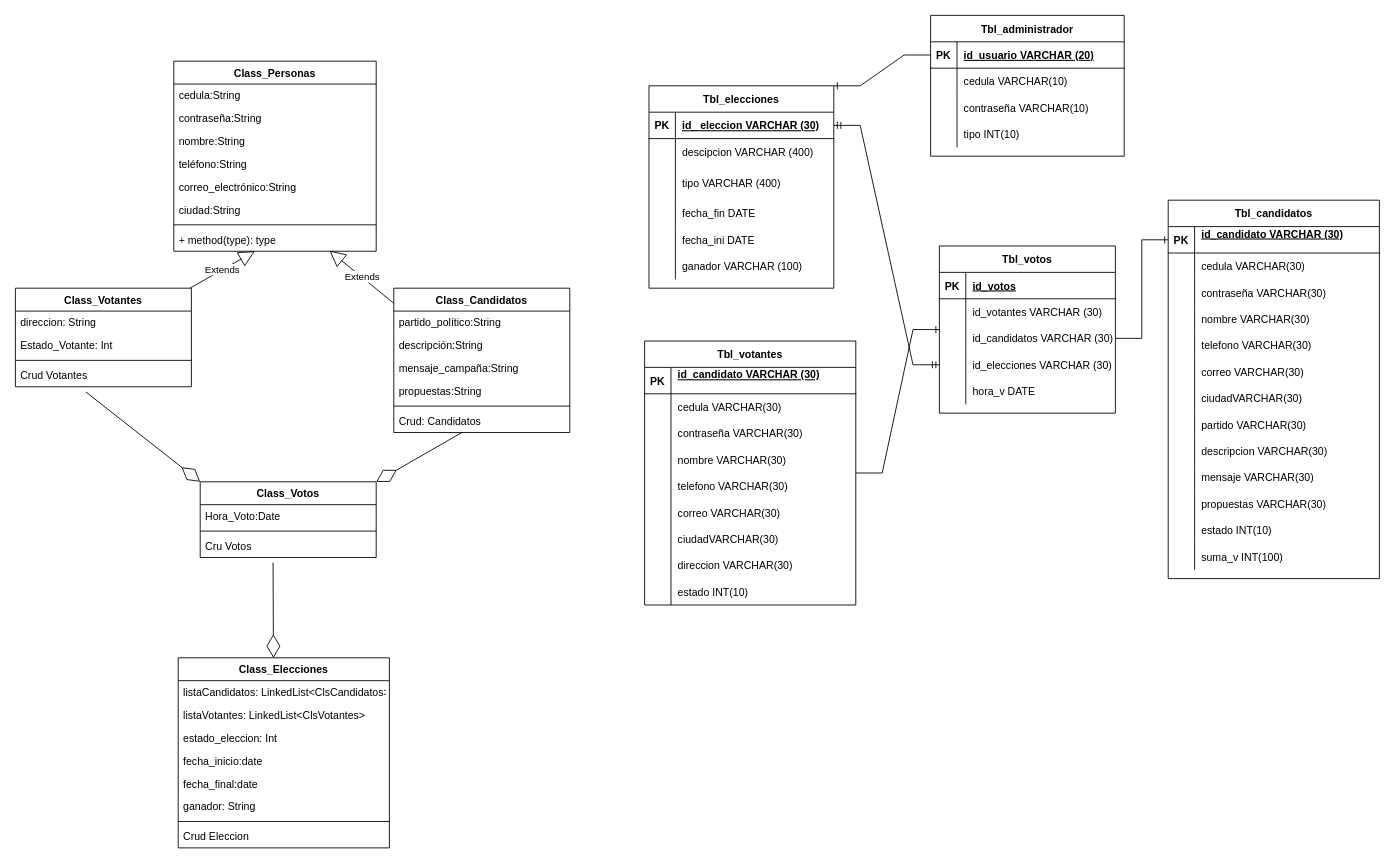
Before: elecciones.drawio in alvaroarquez/mintic, a draw.io diagram. Source tidied: cells renumbered, new cells numbered last; positions are measured from the earlier drawing's top-left corner, leaving out a move shared by most shapes. Both pictures are drawn from the tidied source at 88%, with x=0, y=0 at pixel (15, 15).
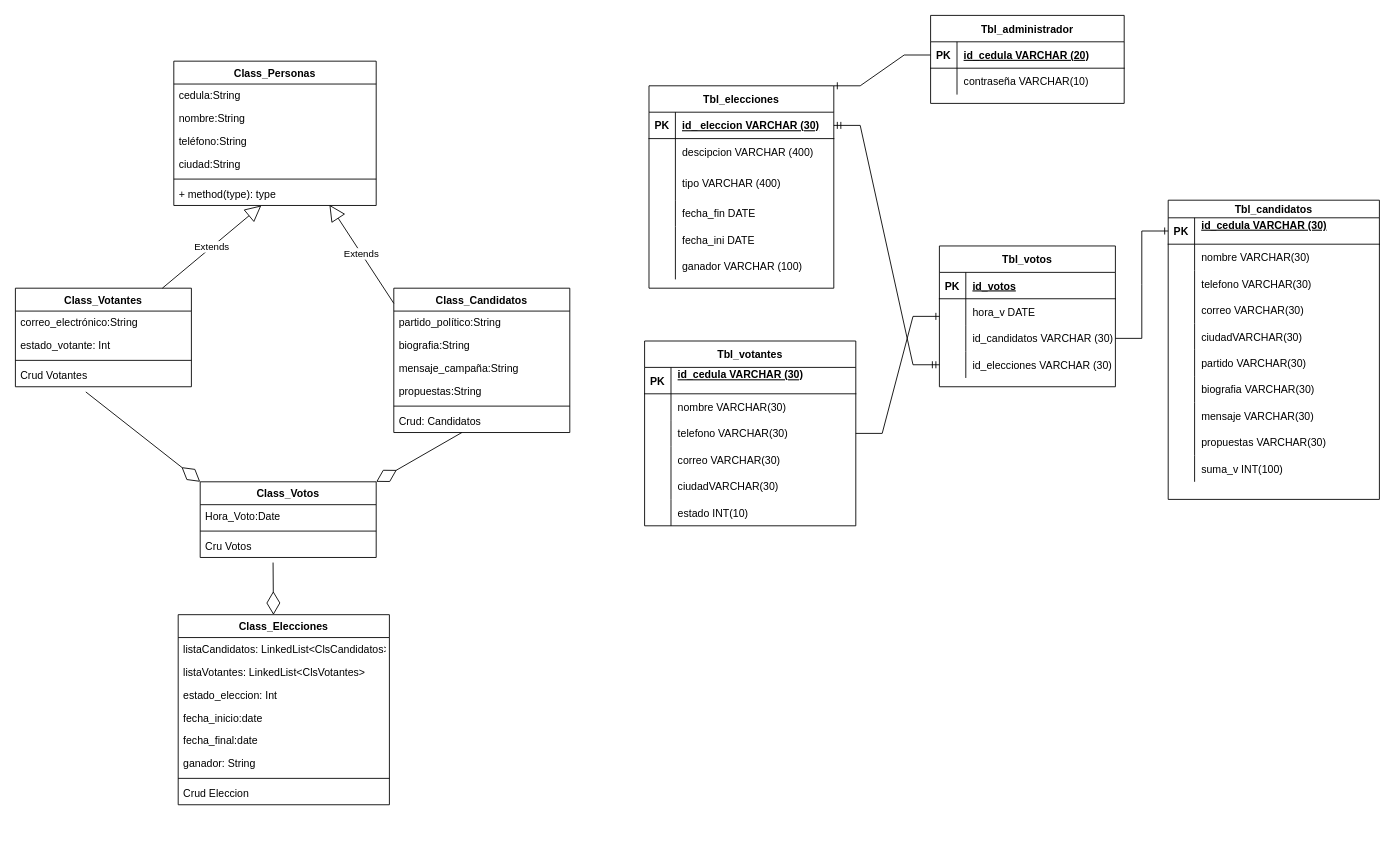
After the change.

The change refers to these unchanged cells:
```xml
<mxCell id="11" value="Class_Candidatos" style="swimlane;fontStyle=1;align=center;verticalAlign=top;horizontal=1;startSize=26;" parent="1" vertex="1">
  <mxGeometry x="430" y="310" width="200" height="164" as="geometry" />
</mxCell>
<mxCell id="28" value="Class_Votantes" style="swimlane;fontStyle=1;align=center;verticalAlign=top;horizontal=1;startSize=26;" parent="1" vertex="1">
  <mxGeometry y="310" width="200" height="112" as="geometry" />
</mxCell>
<mxCell id="104" style="shape=tableRow;horizontal=0;startSize=0;swimlaneHead=0;swimlaneBody=0;fillColor=none;top=0;left=0;right=0;bottom=0;" parent="100" vertex="1">
  <mxGeometry y="60" width="200" height="30" as="geometry" />
</mxCell>
<mxCell id="117" style="shape=tableRow;horizontal=0;startSize=0;swimlaneHead=0;swimlaneBody=0;fillColor=none;top=0;left=0;right=0;bottom=1;" parent="116" vertex="1">
  <mxGeometry y="30" width="240" height="30" as="geometry" />
</mxCell>
<mxCell id="148" style="shape=tableRow;horizontal=0;startSize=0;swimlaneHead=0;swimlaneBody=0;fillColor=none;points=[[0,0.5],[1,0.5]];portConstraint=eastwest;top=0;left=0;right=0;bottom=1;" parent="147" vertex="1">
  <mxGeometry y="30" width="220" height="30" as="geometry" />
</mxCell>
```

Change to the diagram source:
```diff
@@
     <mxCell id="2" value="Class_Personas" style="swimlane;fontStyle=1;align=center;verticalAlign=top;horizontal=1;startSize=26;" parent="1" vertex="1">
-      <mxGeometry x="180" y="52" width="230" height="216" as="geometry" />
+      <mxGeometry x="180" y="52" width="230" height="164" as="geometry" />
     </mxCell>
@@
-    <mxCell id="4" value="contraseña:String" style="text;strokeColor=none;fillColor=none;align=left;verticalAlign=top;spacingLeft=4;spacingRight=4;overflow=hidden;" parent="2" vertex="1">
-      <mxGeometry y="52" width="230" height="26" as="geometry" />
-    </mxCell>
     <mxCell id="5" value="nombre:String" style="text;strokeColor=none;fillColor=none;align=left;verticalAlign=top;spacingLeft=4;spacingRight=4;overflow=hidden;" parent="2" vertex="1">
-      <mxGeometry y="78" width="230" height="26" as="geometry" />
+      <mxGeometry y="52" width="230" height="26" as="geometry" />
     </mxCell>
     <mxCell id="6" value="teléfono:String" style="text;strokeColor=none;fillColor=none;align=left;verticalAlign=top;spacingLeft=4;spacingRight=4;overflow=hidden;" parent="2" vertex="1">
-      <mxGeometry y="104" width="230" height="26" as="geometry" />
+      <mxGeometry y="78" width="230" height="26" as="geometry" />
     </mxCell>
-    <mxCell id="7" value="correo_electrónico:String" style="text;strokeColor=none;fillColor=none;align=left;verticalAlign=top;spacingLeft=4;spacingRight=4;overflow=hidden;" parent="2" vertex="1">
-      <mxGeometry y="130" width="230" height="26" as="geometry" />
-    </mxCell>
     <mxCell id="8" value="ciudad:String" style="text;strokeColor=none;fillColor=none;align=left;verticalAlign=top;spacingLeft=4;spacingRight=4;overflow=hidden;" parent="2" vertex="1">
-      <mxGeometry y="156" width="230" height="26" as="geometry" />
+      <mxGeometry y="104" width="230" height="26" as="geometry" />
     </mxCell>
     <mxCell id="9" style="line;strokeWidth=1;fillColor=none;align=left;verticalAlign=middle;spacingTop=-1;spacingLeft=3;spacingRight=3;labelPosition=right;" parent="2" vertex="1">
-      <mxGeometry y="182" width="230" height="8" as="geometry" />
+      <mxGeometry y="130" width="230" height="8" as="geometry" />
     </mxCell>
     <mxCell id="10" value="+ method(type): type" style="text;strokeColor=none;fillColor=none;align=left;verticalAlign=top;spacingLeft=4;spacingRight=4;overflow=hidden;points=[[0,0.5],[1,0.5]];portConstraint=eastwest;" parent="2" vertex="1">
-      <mxGeometry y="190" width="230" height="26" as="geometry" />
+      <mxGeometry y="138" width="230" height="26" as="geometry" />
     </mxCell>
@@
-    <mxCell id="13" value="descripción:String" style="text;strokeColor=none;fillColor=none;align=left;verticalAlign=top;spacingLeft=4;spacingRight=4;overflow=hidden;" parent="11" vertex="1">
+    <mxCell id="13" value="biografia:String" style="text;strokeColor=none;fillColor=none;align=left;verticalAlign=top;spacingLeft=4;spacingRight=4;overflow=hidden;" parent="11" vertex="1">
       <mxGeometry y="52" width="200" height="26" as="geometry" />
     </mxCell>
@@
     <mxCell id="18" value="Class_Elecciones" style="swimlane;fontStyle=1;align=center;verticalAlign=top;horizontal=1;startSize=26;" parent="1" vertex="1">
-      <mxGeometry x="185" y="730" width="240" height="216" as="geometry" />
+      <mxGeometry x="185" y="681" width="240" height="216" as="geometry" />
     </mxCell>
@@
-    <mxCell id="29" value="direccion: String" style="text;strokeColor=none;fillColor=none;align=left;verticalAlign=top;spacingLeft=4;spacingRight=4;overflow=hidden;" parent="28" vertex="1">
-      <mxGeometry y="26" width="200" height="26" as="geometry" />
-    </mxCell>
-    <mxCell id="30" value="Estado_Votante: Int" style="text;strokeColor=none;fillColor=none;align=left;verticalAlign=top;spacingLeft=4;spacingRight=4;overflow=hidden;" parent="28" vertex="1">
-      <mxGeometry y="52" width="200" height="26" as="geometry" />
-    </mxCell>
+    <mxCell id="7" value="correo_electrónico:String" style="text;strokeColor=none;fillColor=none;align=left;verticalAlign=top;spacingLeft=4;spacingRight=4;overflow=hidden;" parent="28" vertex="1">
+      <mxGeometry y="26" width="200" height="26" as="geometry" />
+    </mxCell>
+    <mxCell id="161" value="estado_votante: Int" style="text;strokeColor=none;fillColor=none;align=left;verticalAlign=top;spacingLeft=4;spacingRight=4;overflow=hidden;" parent="28" vertex="1">
+      <mxGeometry y="52" width="200" height="26" as="geometry" />
+    </mxCell>
@@
-    <mxCell id="60" value="Tbl_candidatos" style="shape=table;startSize=30;childLayout=tableLayout;rowLines=0;fontStyle=1;align=center;" parent="1" vertex="1">
-      <mxGeometry x="1310" y="210" width="240" height="430" as="geometry" />
+    <mxCell id="60" value="Tbl_candidatos" style="shape=table;startSize=20;childLayout=tableLayout;rowLines=0;fontStyle=1;align=center;" parent="1" vertex="1">
+      <mxGeometry x="1310" y="210" width="240" height="340" as="geometry" />
     </mxCell>
     <mxCell id="61" style="shape=tableRow;horizontal=0;startSize=0;swimlaneHead=0;swimlaneBody=0;fillColor=none;points=[[0,0.5],[1,0.5]];portConstraint=eastwest;top=0;left=0;right=0;bottom=1;" parent="60" vertex="1">
-      <mxGeometry y="30" width="240" height="30" as="geometry" />
+      <mxGeometry y="20" width="240" height="30" as="geometry" />
     </mxCell>
@@
-    <mxCell id="63" value="id_candidato VARCHAR (30)&#10;" style="shape=partialRectangle;fillColor=none;top=0;left=0;bottom=0;right=0;align=left;spacingLeft=6;fontStyle=5;overflow=hidden;" parent="61" vertex="1">
+    <mxCell id="63" value="id_cedula VARCHAR (30)&#10;" style="shape=partialRectangle;fillColor=none;top=0;left=0;bottom=0;right=0;align=left;spacingLeft=6;fontStyle=5;overflow=hidden;" parent="61" vertex="1">
       <mxGeometry x="30" width="210" height="30" as="geometry" />
     </mxCell>
-    <mxCell id="64" style="shape=tableRow;horizontal=0;startSize=0;swimlaneHead=0;swimlaneBody=0;fillColor=none;top=0;left=0;right=0;bottom=0;" parent="60" vertex="1">
-      <mxGeometry y="60" width="240" height="30" as="geometry" />
-    </mxCell>
-    <mxCell id="65" style="shape=partialRectangle;fillColor=none;top=0;left=0;bottom=0;right=0;overflow=hidden;" parent="64" vertex="1">
-      <mxGeometry width="30" height="30" as="geometry" />
-    </mxCell>
-    <mxCell id="66" value="cedula VARCHAR(30)" style="shape=partialRectangle;fillColor=none;top=0;left=0;bottom=0;right=0;align=left;spacingLeft=6;overflow=hidden;" parent="64" vertex="1">
-      <mxGeometry x="30" width="210" height="30" as="geometry" />
-    </mxCell>
-    <mxCell id="67" style="shape=tableRow;horizontal=0;startSize=0;swimlaneHead=0;swimlaneBody=0;fillColor=none;top=0;left=0;right=0;bottom=0;" parent="60" vertex="1">
-      <mxGeometry y="90" width="240" height="30" as="geometry" />
-    </mxCell>
-    <mxCell id="68" style="shape=partialRectangle;fillColor=none;top=0;left=0;bottom=0;right=0;overflow=hidden;" parent="67" vertex="1">
-      <mxGeometry width="30" height="30" as="geometry" />
-    </mxCell>
-    <mxCell id="69" value="contraseña VARCHAR(30)" style="shape=partialRectangle;fillColor=none;top=0;left=0;bottom=0;right=0;align=left;spacingLeft=6;overflow=hidden;" parent="67" vertex="1">
-      <mxGeometry x="30" width="210" height="30" as="geometry" />
-    </mxCell>
     <mxCell id="70" style="shape=tableRow;horizontal=0;startSize=0;swimlaneHead=0;swimlaneBody=0;fillColor=none;top=0;left=0;right=0;bottom=0;" parent="60" vertex="1">
-      <mxGeometry y="120" width="240" height="30" as="geometry" />
+      <mxGeometry y="50" width="240" height="30" as="geometry" />
     </mxCell>
@@
     <mxCell id="73" style="shape=tableRow;horizontal=0;startSize=0;swimlaneHead=0;swimlaneBody=0;fillColor=none;top=0;left=0;right=0;bottom=0;" parent="60" vertex="1">
-      <mxGeometry y="150" width="240" height="30" as="geometry" />
+      <mxGeometry y="80" width="240" height="30" as="geometry" />
     </mxCell>
@@
     <mxCell id="76" style="shape=tableRow;horizontal=0;startSize=0;swimlaneHead=0;swimlaneBody=0;fillColor=none;top=0;left=0;right=0;bottom=0;" parent="60" vertex="1">
-      <mxGeometry y="180" width="240" height="30" as="geometry" />
+      <mxGeometry y="110" width="240" height="30" as="geometry" />
     </mxCell>
@@
     <mxCell id="79" style="shape=tableRow;horizontal=0;startSize=0;swimlaneHead=0;swimlaneBody=0;fillColor=none;top=0;left=0;right=0;bottom=0;" parent="60" vertex="1">
-      <mxGeometry y="210" width="240" height="30" as="geometry" />
+      <mxGeometry y="140" width="240" height="30" as="geometry" />
     </mxCell>
@@
     <mxCell id="82" style="shape=tableRow;horizontal=0;startSize=0;swimlaneHead=0;swimlaneBody=0;fillColor=none;top=0;left=0;right=0;bottom=0;" parent="60" vertex="1">
-      <mxGeometry y="240" width="240" height="30" as="geometry" />
+      <mxGeometry y="170" width="240" height="30" as="geometry" />
     </mxCell>
@@
     <mxCell id="85" style="shape=tableRow;horizontal=0;startSize=0;swimlaneHead=0;swimlaneBody=0;fillColor=none;top=0;left=0;right=0;bottom=0;" parent="60" vertex="1">
-      <mxGeometry y="270" width="240" height="30" as="geometry" />
+      <mxGeometry y="200" width="240" height="30" as="geometry" />
     </mxCell>
@@
-    <mxCell id="87" value="descripcion VARCHAR(30)" style="shape=partialRectangle;fillColor=none;top=0;left=0;bottom=0;right=0;align=left;spacingLeft=6;overflow=hidden;" parent="85" vertex="1">
+    <mxCell id="87" value="biografia VARCHAR(30)" style="shape=partialRectangle;fillColor=none;top=0;left=0;bottom=0;right=0;align=left;spacingLeft=6;overflow=hidden;" parent="85" vertex="1">
       <mxGeometry x="30" width="210" height="30" as="geometry" />
     </mxCell>
     <mxCell id="88" style="shape=tableRow;horizontal=0;startSize=0;swimlaneHead=0;swimlaneBody=0;fillColor=none;top=0;left=0;right=0;bottom=0;" parent="60" vertex="1">
-      <mxGeometry y="300" width="240" height="30" as="geometry" />
+      <mxGeometry y="230" width="240" height="30" as="geometry" />
     </mxCell>
@@
     <mxCell id="91" style="shape=tableRow;horizontal=0;startSize=0;swimlaneHead=0;swimlaneBody=0;fillColor=none;top=0;left=0;right=0;bottom=0;" parent="60" vertex="1">
-      <mxGeometry y="330" width="240" height="30" as="geometry" />
+      <mxGeometry y="260" width="240" height="30" as="geometry" />
     </mxCell>
@@
-    <mxCell id="94" style="shape=tableRow;horizontal=0;startSize=0;swimlaneHead=0;swimlaneBody=0;fillColor=none;top=0;left=0;right=0;bottom=0;" parent="60" vertex="1">
-      <mxGeometry y="360" width="240" height="30" as="geometry" />
-    </mxCell>
-    <mxCell id="95" style="shape=partialRectangle;fillColor=none;top=0;left=0;bottom=0;right=0;overflow=hidden;" parent="94" vertex="1">
-      <mxGeometry width="30" height="30" as="geometry" />
-    </mxCell>
-    <mxCell id="96" value="estado INT(10)" style="shape=partialRectangle;fillColor=none;top=0;left=0;bottom=0;right=0;align=left;spacingLeft=6;overflow=hidden;" parent="94" vertex="1">
-      <mxGeometry x="30" width="210" height="30" as="geometry" />
-    </mxCell>
     <mxCell id="97" style="shape=tableRow;horizontal=0;startSize=0;swimlaneHead=0;swimlaneBody=0;fillColor=none;top=0;left=0;right=0;bottom=0;" parent="60" vertex="1">
-      <mxGeometry y="390" width="240" height="30" as="geometry" />
+      <mxGeometry y="290" width="240" height="30" as="geometry" />
     </mxCell>
@@
     <mxCell id="100" value="Tbl_votos" style="shape=table;startSize=30;childLayout=tableLayout;rowLines=0;fontStyle=1;align=center;" parent="1" vertex="1">
-      <mxGeometry x="1050" y="262" width="200" height="190" as="geometry" />
+      <mxGeometry x="1050" y="262" width="200" height="160" as="geometry" />
     </mxCell>
@@
-    <mxCell id="106" value="id_votantes VARCHAR (30)" style="shape=partialRectangle;fillColor=none;top=0;left=0;bottom=0;right=0;align=left;spacingLeft=6;overflow=hidden;" parent="104" vertex="1">
+    <mxCell id="106" value="hora_v DATE" style="shape=partialRectangle;fillColor=none;top=0;left=0;bottom=0;right=0;align=left;spacingLeft=6;overflow=hidden;" parent="104" vertex="1">
       <mxGeometry x="30" width="170" height="30" as="geometry" />
     </mxCell>
@@
-    <mxCell id="113" style="shape=tableRow;horizontal=0;startSize=0;swimlaneHead=0;swimlaneBody=0;fillColor=none;top=0;left=0;right=0;bottom=0;" parent="100" vertex="1">
-      <mxGeometry y="150" width="200" height="30" as="geometry" />
-    </mxCell>
-    <mxCell id="114" style="shape=partialRectangle;fillColor=none;top=0;left=0;bottom=0;right=0;overflow=hidden;" parent="113" vertex="1">
-      <mxGeometry width="30" height="30" as="geometry" />
-    </mxCell>
-    <mxCell id="115" value="hora_v DATE" style="shape=partialRectangle;fillColor=none;top=0;left=0;bottom=0;right=0;align=left;spacingLeft=6;overflow=hidden;" parent="113" vertex="1">
-      <mxGeometry x="30" width="170" height="30" as="geometry" />
-    </mxCell>
     <mxCell id="116" value="Tbl_votantes" style="shape=table;startSize=30;childLayout=tableLayout;rowLines=0;fontStyle=1;align=center;" parent="1" vertex="1">
-      <mxGeometry x="715" y="370" width="240" height="300" as="geometry" />
+      <mxGeometry x="715" y="370" width="240" height="210" as="geometry" />
     </mxCell>
@@
-    <mxCell id="119" value="id_candidato VARCHAR (30)&#10;" style="shape=partialRectangle;fillColor=none;top=0;left=0;bottom=0;right=0;align=left;spacingLeft=6;fontStyle=5;overflow=hidden;" parent="117" vertex="1">
+    <mxCell id="119" value="id_cedula VARCHAR (30)&#10;" style="shape=partialRectangle;fillColor=none;top=0;left=0;bottom=0;right=0;align=left;spacingLeft=6;fontStyle=5;overflow=hidden;" parent="117" vertex="1">
       <mxGeometry x="30" width="210" height="30" as="geometry" />
     </mxCell>
-    <mxCell id="120" style="shape=tableRow;horizontal=0;startSize=0;swimlaneHead=0;swimlaneBody=0;fillColor=none;top=0;left=0;right=0;bottom=0;" parent="116" vertex="1">
-      <mxGeometry y="60" width="240" height="30" as="geometry" />
-    </mxCell>
-    <mxCell id="121" style="shape=partialRectangle;fillColor=none;top=0;left=0;bottom=0;right=0;overflow=hidden;" parent="120" vertex="1">
-      <mxGeometry width="30" height="30" as="geometry" />
-    </mxCell>
-    <mxCell id="122" value="cedula VARCHAR(30)" style="shape=partialRectangle;fillColor=none;top=0;left=0;bottom=0;right=0;align=left;spacingLeft=6;overflow=hidden;" parent="120" vertex="1">
-      <mxGeometry x="30" width="210" height="30" as="geometry" />
-    </mxCell>
-    <mxCell id="123" style="shape=tableRow;horizontal=0;startSize=0;swimlaneHead=0;swimlaneBody=0;fillColor=none;top=0;left=0;right=0;bottom=0;" parent="116" vertex="1">
-      <mxGeometry y="90" width="240" height="30" as="geometry" />
-    </mxCell>
-    <mxCell id="124" style="shape=partialRectangle;fillColor=none;top=0;left=0;bottom=0;right=0;overflow=hidden;" parent="123" vertex="1">
-      <mxGeometry width="30" height="30" as="geometry" />
-    </mxCell>
-    <mxCell id="125" value="contraseña VARCHAR(30)" style="shape=partialRectangle;fillColor=none;top=0;left=0;bottom=0;right=0;align=left;spacingLeft=6;overflow=hidden;" parent="123" vertex="1">
-      <mxGeometry x="30" width="210" height="30" as="geometry" />
-    </mxCell>
     <mxCell id="126" style="shape=tableRow;horizontal=0;startSize=0;swimlaneHead=0;swimlaneBody=0;fillColor=none;top=0;left=0;right=0;bottom=0;" parent="116" vertex="1">
-      <mxGeometry y="120" width="240" height="30" as="geometry" />
+      <mxGeometry y="60" width="240" height="30" as="geometry" />
     </mxCell>
@@
     <mxCell id="129" style="shape=tableRow;horizontal=0;startSize=0;swimlaneHead=0;swimlaneBody=0;fillColor=none;top=0;left=0;right=0;bottom=0;" parent="116" vertex="1">
-      <mxGeometry y="150" width="240" height="30" as="geometry" />
+      <mxGeometry y="90" width="240" height="30" as="geometry" />
     </mxCell>
@@
     <mxCell id="132" style="shape=tableRow;horizontal=0;startSize=0;swimlaneHead=0;swimlaneBody=0;fillColor=none;top=0;left=0;right=0;bottom=0;" parent="116" vertex="1">
-      <mxGeometry y="180" width="240" height="30" as="geometry" />
+      <mxGeometry y="120" width="240" height="30" as="geometry" />
     </mxCell>
@@
     <mxCell id="135" style="shape=tableRow;horizontal=0;startSize=0;swimlaneHead=0;swimlaneBody=0;fillColor=none;top=0;left=0;right=0;bottom=0;" parent="116" vertex="1">
-      <mxGeometry y="210" width="240" height="30" as="geometry" />
+      <mxGeometry y="150" width="240" height="30" as="geometry" />
     </mxCell>
@@
-    <mxCell id="138" style="shape=tableRow;horizontal=0;startSize=0;swimlaneHead=0;swimlaneBody=0;fillColor=none;top=0;left=0;right=0;bottom=0;" parent="116" vertex="1">
-      <mxGeometry y="240" width="240" height="30" as="geometry" />
-    </mxCell>
-    <mxCell id="139" style="shape=partialRectangle;fillColor=none;top=0;left=0;bottom=0;right=0;overflow=hidden;" parent="138" vertex="1">
-      <mxGeometry width="30" height="30" as="geometry" />
-    </mxCell>
-    <mxCell id="140" value="direccion VARCHAR(30)" style="shape=partialRectangle;fillColor=none;top=0;left=0;bottom=0;right=0;align=left;spacingLeft=6;overflow=hidden;" parent="138" vertex="1">
-      <mxGeometry x="30" width="210" height="30" as="geometry" />
-    </mxCell>
     <mxCell id="141" style="shape=tableRow;horizontal=0;startSize=0;swimlaneHead=0;swimlaneBody=0;fillColor=none;top=0;left=0;right=0;bottom=0;" parent="116" vertex="1">
-      <mxGeometry y="270" width="240" height="30" as="geometry" />
+      <mxGeometry y="180" width="240" height="30" as="geometry" />
     </mxCell>
@@
     <mxCell id="147" value="Tbl_administrador" style="shape=table;startSize=30;childLayout=tableLayout;rowLines=0;fontStyle=1;align=center;" parent="1" vertex="1">
-      <mxGeometry x="1040" width="220" height="160" as="geometry" />
+      <mxGeometry x="1040" width="220" height="100" as="geometry" />
     </mxCell>
@@
-    <mxCell id="150" value="id_usuario VARCHAR (20)" style="shape=partialRectangle;fillColor=none;top=0;left=0;bottom=0;right=0;align=left;spacingLeft=6;fontStyle=5;overflow=hidden;" parent="148" vertex="1">
+    <mxCell id="150" value="id_cedula VARCHAR (20)" style="shape=partialRectangle;fillColor=none;top=0;left=0;bottom=0;right=0;align=left;spacingLeft=6;fontStyle=5;overflow=hidden;" parent="148" vertex="1">
       <mxGeometry x="30" width="190" height="30" as="geometry" />
     </mxCell>
-    <mxCell id="151" style="shape=tableRow;horizontal=0;startSize=0;swimlaneHead=0;swimlaneBody=0;fillColor=none;top=0;left=0;right=0;bottom=0;" parent="147" vertex="1">
-      <mxGeometry y="60" width="220" height="30" as="geometry" />
-    </mxCell>
-    <mxCell id="152" style="shape=partialRectangle;fillColor=none;top=0;left=0;bottom=0;right=0;overflow=hidden;" parent="151" vertex="1">
-      <mxGeometry width="30" height="30" as="geometry" />
-    </mxCell>
-    <mxCell id="153" value="cedula VARCHAR(10)" style="shape=partialRectangle;fillColor=none;top=0;left=0;bottom=0;right=0;align=left;spacingLeft=6;overflow=hidden;" parent="151" vertex="1">
-      <mxGeometry x="30" width="190" height="30" as="geometry" />
-    </mxCell>
     <mxCell id="154" style="shape=tableRow;horizontal=0;startSize=0;swimlaneHead=0;swimlaneBody=0;fillColor=none;top=0;left=0;right=0;bottom=0;" parent="147" vertex="1">
-      <mxGeometry y="90" width="220" height="30" as="geometry" />
+      <mxGeometry y="60" width="220" height="30" as="geometry" />
     </mxCell>
@@
-    <mxCell id="157" style="shape=tableRow;horizontal=0;startSize=0;swimlaneHead=0;swimlaneBody=0;fillColor=none;top=0;left=0;right=0;bottom=0;" parent="147" vertex="1">
-      <mxGeometry y="120" width="220" height="30" as="geometry" />
-    </mxCell>
-    <mxCell id="158" style="shape=partialRectangle;fillColor=none;top=0;left=0;bottom=0;right=0;overflow=hidden;" parent="157" vertex="1">
-      <mxGeometry width="30" height="30" as="geometry" />
-    </mxCell>
-    <mxCell id="159" value="tipo INT(10)" style="shape=partialRectangle;fillColor=none;top=0;left=0;bottom=0;right=0;align=left;spacingLeft=6;overflow=hidden;" parent="157" vertex="1">
-      <mxGeometry x="30" width="190" height="30" as="geometry" />
-    </mxCell>
```
